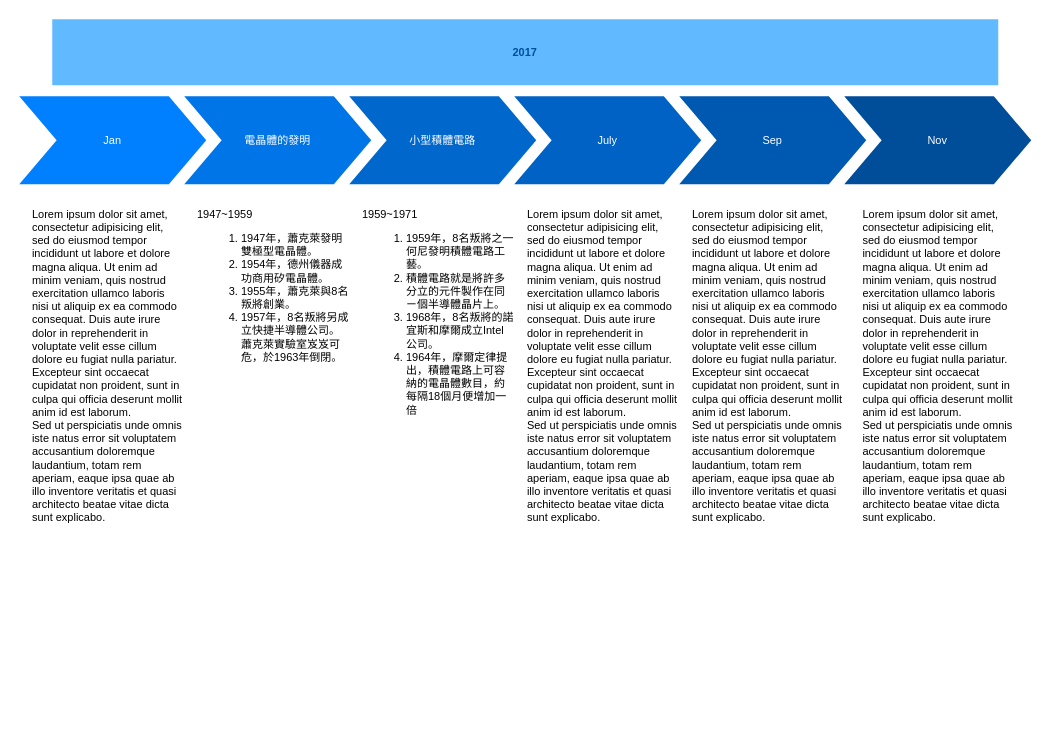
This is page "半導體時間軸" (2 of 2) of Notion.drawio from wecan-huang/Diagrams, a draw.io file, before an edit. Source tidied: cells renumbered, new cells numbered last; positions are measured from the earlier drawing's top-left corner, leaving out a move shared by most shapes. Both pictures are drawn from the tidied source at 110%, with x=0, y=0 at pixel (19, 19).
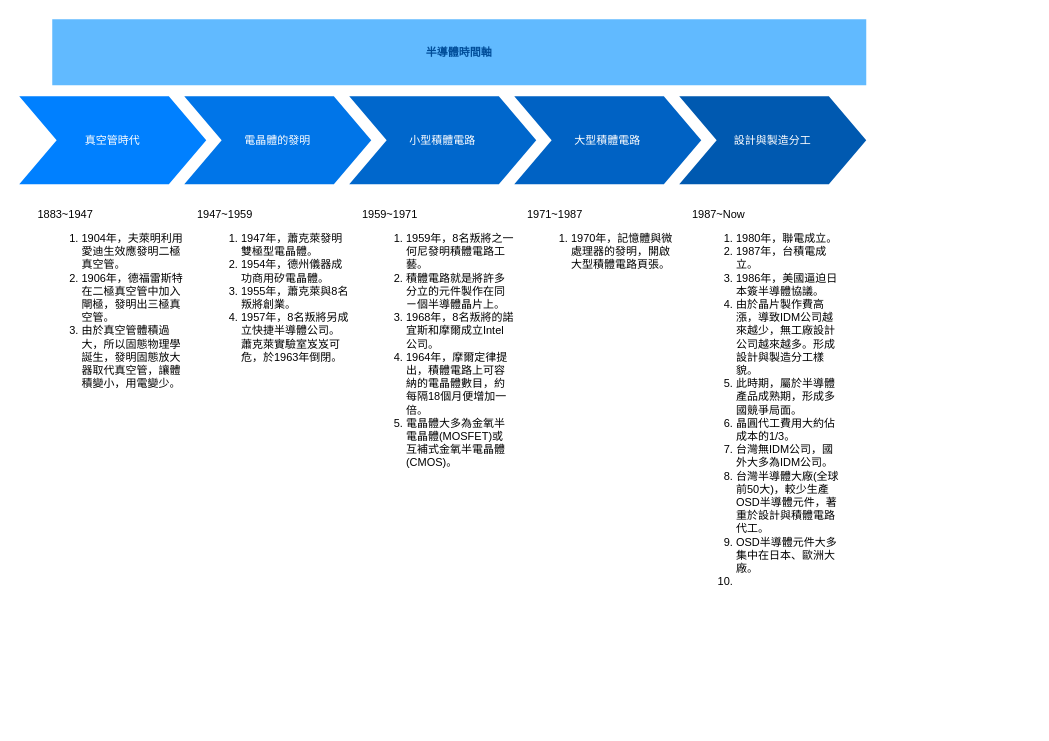
After the change.

Commit message:
add 完成半導體時間軸內容

Diff of the diagram source:
```diff
@@
 <mxGraphModel>
   <root>
     <mxCell id="0" />
     <mxCell id="1" parent="0" />
-    <mxCell id="2" value="Jan" style="shape=step;whiteSpace=wrap;html=1;fontSize=10;fillColor=#0080FF;fontColor=#FFFFFF;strokeColor=none;" parent="1" vertex="1">
+    <mxCell id="2" value="真空管時代" style="shape=step;whiteSpace=wrap;html=1;fontSize=10;fillColor=#0080FF;fontColor=#FFFFFF;strokeColor=none;" parent="1" vertex="1">
       <mxGeometry y="70" width="170" height="80" as="geometry" />
     </mxCell>
     <mxCell id="3" value="&lt;font style=&quot;font-size: 10px;&quot;&gt;電晶體的發明&lt;/font&gt;" style="shape=step;whiteSpace=wrap;html=1;fontSize=10;fillColor=#0075E8;fontColor=#FFFFFF;strokeColor=none;" parent="1" vertex="1">
       <mxGeometry x="150" y="70" width="170" height="80" as="geometry" />
     </mxCell>
     <mxCell id="4" value="小型積體電路" style="shape=step;whiteSpace=wrap;html=1;fontSize=10;fillColor=#0067CC;fontColor=#FFFFFF;strokeColor=none;" parent="1" vertex="1">
       <mxGeometry x="300" y="70" width="170" height="80" as="geometry" />
     </mxCell>
-    <mxCell id="5" value="July" style="shape=step;whiteSpace=wrap;html=1;fontSize=10;fillColor=#0062C4;fontColor=#FFFFFF;strokeColor=none;" parent="1" vertex="1">
+    <mxCell id="5" value="大型積體電路" style="shape=step;whiteSpace=wrap;html=1;fontSize=10;fillColor=#0062C4;fontColor=#FFFFFF;strokeColor=none;" parent="1" vertex="1">
       <mxGeometry x="450" y="70" width="170" height="80" as="geometry" />
     </mxCell>
-    <mxCell id="6" value="Sep" style="shape=step;whiteSpace=wrap;html=1;fontSize=10;fillColor=#0059B0;fontColor=#FFFFFF;strokeColor=none;" parent="1" vertex="1">
+    <mxCell id="6" value="設計與製造分工" style="shape=step;whiteSpace=wrap;html=1;fontSize=10;fillColor=#0059B0;fontColor=#FFFFFF;strokeColor=none;" parent="1" vertex="1">
       <mxGeometry x="600" y="70" width="170" height="80" as="geometry" />
     </mxCell>
-    <mxCell id="7" value="Nov" style="shape=step;whiteSpace=wrap;html=1;fontSize=10;fillColor=#004D99;fontColor=#FFFFFF;strokeColor=none;" parent="1" vertex="1">
-      <mxGeometry x="750" y="70" width="170" height="80" as="geometry" />
-    </mxCell>
-    <mxCell id="8" value="2017" style="text;html=1;strokeColor=none;fillColor=#61BAFF;align=center;verticalAlign=middle;whiteSpace=wrap;fontSize=10;fontStyle=1;fontColor=#004D99;" parent="1" vertex="1">
-      <mxGeometry x="30" width="860" height="60" as="geometry" />
+    <mxCell id="8" value="半導體時間軸" style="text;html=1;strokeColor=none;fillColor=#61BAFF;align=center;verticalAlign=middle;whiteSpace=wrap;fontSize=10;fontStyle=1;fontColor=#004D99;" parent="1" vertex="1">
+      <mxGeometry x="30" width="740" height="60" as="geometry" />
     </mxCell>
-    <mxCell id="9" value="Lorem ipsum dolor sit amet, consectetur adipisicing elit, sed do eiusmod tempor incididunt ut labore et dolore magna aliqua. Ut enim ad minim veniam, quis nostrud exercitation ullamco laboris nisi ut aliquip ex ea commodo consequat. Duis aute irure dolor in reprehenderit in voluptate velit esse cillum dolore eu fugiat nulla pariatur. Excepteur sint occaecat cupidatat non proident, sunt in culpa qui officia deserunt mollit anim id est laborum.&lt;br style=&quot;font-size: 10px;&quot;&gt;Sed ut perspiciatis unde omnis iste natus error sit voluptatem accusantium doloremque laudantium, totam rem aperiam, eaque ipsa quae ab illo inventore veritatis et quasi architecto beatae vitae dicta sunt explicabo." style="text;spacingTop=-5;fillColor=#ffffff;whiteSpace=wrap;html=1;align=left;fontSize=10;fontFamily=Helvetica;fillColor=none;strokeColor=none;" parent="1" vertex="1">
-      <mxGeometry x="10" y="170" width="140" height="470" as="geometry" />
-    </mxCell>
     <mxCell id="10" value="&lt;div style=&quot;font-size: 10px;&quot;&gt;&lt;font style=&quot;font-size: 10px;&quot;&gt;1947~1959&lt;/font&gt;&lt;/div&gt;&lt;ol style=&quot;font-size: 10px;&quot;&gt;&lt;li style=&quot;font-size: 10px;&quot;&gt;&lt;font style=&quot;font-size: 10px;&quot;&gt;1947年，蕭克萊發明雙極型電晶體。&lt;br style=&quot;font-size: 10px;&quot;&gt;&lt;/font&gt;&lt;/li&gt;&lt;li style=&quot;font-size: 10px;&quot;&gt;&lt;font style=&quot;font-size: 10px;&quot;&gt;1954年，德州儀器成功商用矽電晶體。&lt;/font&gt;&lt;/li&gt;&lt;li style=&quot;font-size: 10px;&quot;&gt;1955年，蕭克萊與8名叛將創業。&lt;/li&gt;&lt;li style=&quot;font-size: 10px;&quot;&gt;1957年，8名叛將另成立快捷半導體公司。蕭克萊實驗室岌岌可危，於1963年倒閉。&lt;/li&gt;&lt;/ol&gt;" style="text;spacingTop=-5;fillColor=#ffffff;whiteSpace=wrap;html=1;align=left;fontSize=10;fontFamily=Helvetica;fillColor=none;strokeColor=none;" parent="1" vertex="1">
       <mxGeometry x="160" y="170" width="140" height="470" as="geometry" />
     </mxCell>
-    <mxCell id="11" value="1959~1971&lt;br&gt;&lt;ol&gt;&lt;li&gt;1959年，8名叛將之一何尼發明積體電路工藝。&lt;/li&gt;&lt;li&gt;積體電路就是將許多分立的元件製作在同ㄧ個半導體晶片上。&lt;/li&gt;&lt;li&gt;1968年，8名叛將的諾宜斯和摩爾成立Intel公司。&lt;/li&gt;&lt;li&gt;1964年，摩爾定律提出，&lt;span style=&quot;caret-color: rgb(32, 33, 34);&quot;&gt;&lt;font style=&quot;font-size: 10px;&quot;&gt;積體電路上可容納的電晶體數目，約每隔18個月便增加一倍&lt;/font&gt;&lt;/span&gt;&lt;/li&gt;&lt;/ol&gt;" style="text;spacingTop=-5;fillColor=#ffffff;whiteSpace=wrap;html=1;align=left;fontSize=10;fontFamily=Helvetica;fillColor=none;strokeColor=none;" parent="1" vertex="1">
+    <mxCell id="11" value="1959~1971&lt;br&gt;&lt;ol&gt;&lt;li&gt;1959年，8名叛將之一何尼發明積體電路工藝。&lt;/li&gt;&lt;li&gt;積體電路就是將許多分立的元件製作在同ㄧ個半導體晶片上。&lt;/li&gt;&lt;li&gt;1968年，8名叛將的諾宜斯和摩爾成立Intel公司。&lt;/li&gt;&lt;li&gt;1964年，摩爾定律提出，&lt;span style=&quot;caret-color: rgb(32, 33, 34);&quot;&gt;&lt;font style=&quot;font-size: 10px;&quot;&gt;積體電路上可容納的電晶體數目，約每隔18個月便增加一倍&lt;/font&gt;&lt;/span&gt;&lt;span style=&quot;caret-color: rgb(32, 33, 34);&quot;&gt;。&lt;/span&gt;&lt;/li&gt;&lt;li&gt;&lt;span style=&quot;caret-color: rgb(32, 33, 34);&quot;&gt;電晶體大多為金氧半電晶體(MOSFET)或互補式金氧半電晶體(CMOS)。&lt;/span&gt;&lt;/li&gt;&lt;/ol&gt;" style="text;spacingTop=-5;fillColor=#ffffff;whiteSpace=wrap;html=1;align=left;fontSize=10;fontFamily=Helvetica;fillColor=none;strokeColor=none;" parent="1" vertex="1">
       <mxGeometry x="310" y="170" width="140" height="470" as="geometry" />
     </mxCell>
-    <mxCell id="12" value="Lorem ipsum dolor sit amet, consectetur adipisicing elit, sed do eiusmod tempor incididunt ut labore et dolore magna aliqua. Ut enim ad minim veniam, quis nostrud exercitation ullamco laboris nisi ut aliquip ex ea commodo consequat. Duis aute irure dolor in reprehenderit in voluptate velit esse cillum dolore eu fugiat nulla pariatur. Excepteur sint occaecat cupidatat non proident, sunt in culpa qui officia deserunt mollit anim id est laborum.&lt;br style=&quot;font-size: 10px;&quot;&gt;Sed ut perspiciatis unde omnis iste natus error sit voluptatem accusantium doloremque laudantium, totam rem aperiam, eaque ipsa quae ab illo inventore veritatis et quasi architecto beatae vitae dicta sunt explicabo." style="text;spacingTop=-5;fillColor=#ffffff;whiteSpace=wrap;html=1;align=left;fontSize=10;fontFamily=Helvetica;fillColor=none;strokeColor=none;" parent="1" vertex="1">
+    <mxCell id="12" value="1971~1987&lt;br&gt;&lt;ol&gt;&lt;li&gt;1970年，記憶體與微處理器的發明，開啟大型積體電路頁張。&lt;/li&gt;&lt;/ol&gt;" style="text;spacingTop=-5;fillColor=#ffffff;whiteSpace=wrap;html=1;align=left;fontSize=10;fontFamily=Helvetica;fillColor=none;strokeColor=none;" parent="1" vertex="1">
       <mxGeometry x="460" y="170" width="140" height="470" as="geometry" />
     </mxCell>
-    <mxCell id="13" value="Lorem ipsum dolor sit amet, consectetur adipisicing elit, sed do eiusmod tempor incididunt ut labore et dolore magna aliqua. Ut enim ad minim veniam, quis nostrud exercitation ullamco laboris nisi ut aliquip ex ea commodo consequat. Duis aute irure dolor in reprehenderit in voluptate velit esse cillum dolore eu fugiat nulla pariatur. Excepteur sint occaecat cupidatat non proident, sunt in culpa qui officia deserunt mollit anim id est laborum.&lt;br style=&quot;font-size: 10px;&quot;&gt;Sed ut perspiciatis unde omnis iste natus error sit voluptatem accusantium doloremque laudantium, totam rem aperiam, eaque ipsa quae ab illo inventore veritatis et quasi architecto beatae vitae dicta sunt explicabo." style="text;spacingTop=-5;fillColor=#ffffff;whiteSpace=wrap;html=1;align=left;fontSize=10;fontFamily=Helvetica;fillColor=none;strokeColor=none;" parent="1" vertex="1">
+    <mxCell id="13" value="1987~Now&lt;br&gt;&lt;ol&gt;&lt;li&gt;1980年，聯電成立。&lt;/li&gt;&lt;li&gt;1987年，台積電成立。&lt;/li&gt;&lt;li&gt;1986年，美國逼迫日本簽半導體協議。&lt;/li&gt;&lt;li&gt;由於晶片製作費高漲，導致IDM公司越來越少，無工廠設計公司越來越多。形成設計與製造分工樣貌。&lt;/li&gt;&lt;li&gt;此時期，屬於半導體產品成熟期，形成多國競爭局面。&lt;/li&gt;&lt;li&gt;晶圓代工費用大約佔成本的1/3。&lt;/li&gt;&lt;li&gt;台灣無IDM公司，國外大多為IDM公司。&lt;/li&gt;&lt;li&gt;台灣半導體大廠(全球前50大)，較少生產OSD半導體元件，著重於設計與積體電路代工。&lt;/li&gt;&lt;li&gt;OSD半導體元件大多集中在日本、歐洲大廠。&lt;/li&gt;&lt;li&gt;&lt;br&gt;&lt;/li&gt;&lt;/ol&gt;" style="text;spacingTop=-5;fillColor=#ffffff;whiteSpace=wrap;html=1;align=left;fontSize=10;fontFamily=Helvetica;fillColor=none;strokeColor=none;" parent="1" vertex="1">
       <mxGeometry x="610" y="170" width="140" height="470" as="geometry" />
     </mxCell>
-    <mxCell id="14" value="Lorem ipsum dolor sit amet, consectetur adipisicing elit, sed do eiusmod tempor incididunt ut labore et dolore magna aliqua. Ut enim ad minim veniam, quis nostrud exercitation ullamco laboris nisi ut aliquip ex ea commodo consequat. Duis aute irure dolor in reprehenderit in voluptate velit esse cillum dolore eu fugiat nulla pariatur. Excepteur sint occaecat cupidatat non proident, sunt in culpa qui officia deserunt mollit anim id est laborum.&lt;br style=&quot;font-size: 10px;&quot;&gt;Sed ut perspiciatis unde omnis iste natus error sit voluptatem accusantium doloremque laudantium, totam rem aperiam, eaque ipsa quae ab illo inventore veritatis et quasi architecto beatae vitae dicta sunt explicabo." style="text;spacingTop=-5;fillColor=#ffffff;whiteSpace=wrap;html=1;align=left;fontSize=10;fontFamily=Helvetica;fillColor=none;strokeColor=none;" parent="1" vertex="1">
-      <mxGeometry x="765" y="170" width="140" height="470" as="geometry" />
-    </mxCell>
+    <mxCell id="15" value="&lt;div style=&quot;font-size: 10px;&quot;&gt;1883~1947&lt;/div&gt;&lt;div&gt;&lt;ol&gt;&lt;li&gt;1904年，夫萊明利用愛迪生效應發明二極真空管。&lt;/li&gt;&lt;li&gt;1906年，德福雷斯特在二極真空管中加入閘極，發明出三極真空管。&lt;/li&gt;&lt;li&gt;由於真空管體積過大，所以固態物理學誕生，發明固態放大器取代真空管，讓體積變小，用電變少。&lt;/li&gt;&lt;/ol&gt;&lt;/div&gt;" style="text;spacingTop=-5;fillColor=#ffffff;whiteSpace=wrap;html=1;align=left;fontSize=10;fontFamily=Helvetica;fillColor=none;strokeColor=none;" parent="1" vertex="1">
+      <mxGeometry x="15" y="170" width="140" height="470" as="geometry" />
+    </mxCell>
   </root>
 </mxGraphModel>
```
